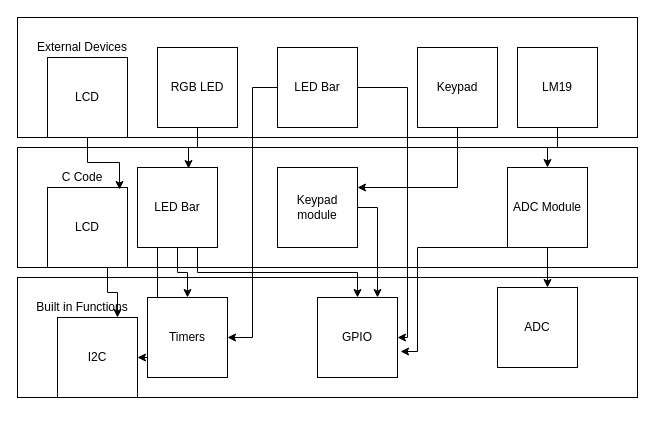
msu-eele-465/project6-erik-ruby keeps this draw.io diagram as page "SoftwareArchitecture" (2 of 3) of docs/planning/Project6Charts.drawio. Above is the earlier version. Source tidied: cells renumbered, new cells numbered last; positions are measured from the earlier drawing's top-left corner, leaving out a move shared by most shapes. Both pictures are drawn from the tidied source at 100%, with x=0, y=0 at pixel (17, 17).
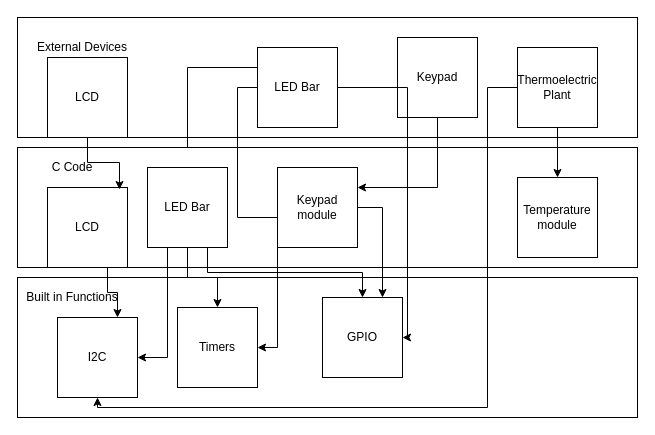
The same diagram, later.

The change refers to these unchanged cells:
```xml
<mxCell id="27" value="I2C" style="whiteSpace=wrap;html=1;" parent="1" vertex="1">
  <mxGeometry x="40" y="300" width="80" height="80" as="geometry" />
</mxCell>
```

What changed in the source:
```diff
@@
-    <mxCell id="4" value="RGB LED" style="whiteSpace=wrap;html=1;" parent="1" vertex="1">
-      <mxGeometry x="140" y="30" width="80" height="80" as="geometry" />
-    </mxCell>
+    <mxCell id="34" style="edgeStyle=orthogonalEdgeStyle;rounded=0;jettySize=auto;html=1;exitX=0;exitY=0.25;exitDx=0;exitDy=0;entryX=0.5;entryY=0;entryDx=0;entryDy=0;" parent="1" edge="1" source="5" target="14">
+      <mxGeometry relative="1" as="geometry" />
+    </mxCell>
     <mxCell id="5" value="LED Bar" style="whiteSpace=wrap;html=1;" parent="1" vertex="1">
-      <mxGeometry x="260" y="30" width="80" height="80" as="geometry" />
+      <mxGeometry x="240" y="30" width="80" height="80" as="geometry" />
     </mxCell>
     <mxCell id="6" value="Keypad" style="whiteSpace=wrap;html=1;" parent="1" vertex="1">
-      <mxGeometry x="400" y="30" width="80" height="80" as="geometry" />
+      <mxGeometry x="380" y="20" width="80" height="80" as="geometry" />
     </mxCell>
@@
     <mxCell id="8" style="rounded=0;whiteSpace=wrap;html=1;" parent="1" vertex="1">
-      <mxGeometry y="260" width="620" height="120" as="geometry" />
+      <mxGeometry y="260" width="620" height="140" as="geometry" />
     </mxCell>
-    <mxCell id="9" value="C Code" style="rounded=0;whiteSpace=wrap;html=1;strokeColor=none;" parent="1" vertex="1">
-      <mxGeometry x="10" y="140" width="110" height="40" as="geometry" />
+    <mxCell id="9" value="C Code" style="rounded=0;whiteSpace=wrap;html=1;strokeColor=none;fillColor=none;" parent="1" vertex="1">
+      <mxGeometry y="130" width="110" height="40" as="geometry" />
     </mxCell>
-    <mxCell id="10" value="Built in Functions" style="rounded=0;whiteSpace=wrap;html=1;strokeColor=none;" parent="1" vertex="1">
-      <mxGeometry x="10" y="270" width="110" height="40" as="geometry" />
+    <mxCell id="10" value="Built in Functions" style="rounded=0;whiteSpace=wrap;html=1;strokeColor=none;fillColor=none;" parent="1" vertex="1">
+      <mxGeometry y="260" width="110" height="40" as="geometry" />
     </mxCell>
@@
     <mxCell id="14" value="LED Bar" style="whiteSpace=wrap;html=1;" parent="1" vertex="1">
-      <mxGeometry x="120" y="150" width="80" height="80" as="geometry" />
+      <mxGeometry x="130" y="150" width="80" height="80" as="geometry" />
     </mxCell>
@@
     <mxCell id="17" value="Timers" style="whiteSpace=wrap;html=1;" parent="1" vertex="1">
-      <mxGeometry x="130" y="280" width="80" height="80" as="geometry" />
+      <mxGeometry x="160" y="290" width="80" height="80" as="geometry" />
     </mxCell>
     <mxCell id="18" value="GPIO" style="whiteSpace=wrap;html=1;" parent="1" vertex="1">
-      <mxGeometry x="300" y="280" width="80" height="80" as="geometry" />
+      <mxGeometry x="305" y="280" width="80" height="80" as="geometry" />
     </mxCell>
-    <mxCell id="19" style="edgeStyle=orthogonalEdgeStyle;rounded=0;jettySize=auto;html=1;exitX=0.5;exitY=1;exitDx=0;exitDy=0;entryX=0.638;entryY=0.013;entryDx=0;entryDy=0;entryPerimeter=0;" parent="1" edge="1" source="4" target="14">
-      <mxGeometry relative="1" as="geometry" />
-    </mxCell>
@@
-    <mxCell id="28" style="edgeStyle=orthogonalEdgeStyle;rounded=0;jettySize=auto;html=1;exitX=0.5;exitY=1;exitDx=0;exitDy=0;entryX=0.5;entryY=0;entryDx=0;entryDy=0;" parent="1" edge="1" source="29" target="30">
-      <mxGeometry relative="1" as="geometry" />
-    </mxCell>
+    <mxCell id="35" style="edgeStyle=orthogonalEdgeStyle;rounded=0;jettySize=auto;html=1;exitX=0.5;exitY=1;exitDx=0;exitDy=0;" parent="1" edge="1" source="29" target="37">
+      <mxGeometry relative="1" as="geometry" />
+    </mxCell>
+    <mxCell id="36" style="edgeStyle=orthogonalEdgeStyle;rounded=0;jettySize=auto;html=1;exitX=0;exitY=0.5;exitDx=0;exitDy=0;entryX=0.5;entryY=1;entryDx=0;entryDy=0;" parent="1" edge="1" source="29" target="27">
+      <mxGeometry relative="1" as="geometry">
+        <Array as="points">
+          <mxPoint x="470" y="70" />
+          <mxPoint x="470" y="390" />
+          <mxPoint x="80" y="390" />
+        </Array>
+      </mxGeometry>
+    </mxCell>
-    <mxCell id="29" value="LM19" style="whiteSpace=wrap;html=1;" parent="1" vertex="1">
+    <mxCell id="29" value="Thermoelectric Plant" style="whiteSpace=wrap;html=1;" parent="1" vertex="1">
       <mxGeometry x="500" y="30" width="80" height="80" as="geometry" />
     </mxCell>
-    <mxCell id="30" value="ADC Module" style="whiteSpace=wrap;html=1;" parent="1" vertex="1">
-      <mxGeometry x="490" y="150" width="80" height="80" as="geometry" />
-    </mxCell>
-    <mxCell id="31" style="edgeStyle=orthogonalEdgeStyle;rounded=0;jettySize=auto;html=1;exitX=0.5;exitY=1;exitDx=0;exitDy=0;entryX=1.038;entryY=0.675;entryDx=0;entryDy=0;entryPerimeter=0;" parent="1" edge="1" source="30" target="18">
-      <mxGeometry relative="1" as="geometry">
-        <Array as="points">
-          <mxPoint x="400" y="230" />
-          <mxPoint x="400" y="334" />
-        </Array>
-      </mxGeometry>
-    </mxCell>
-    <mxCell id="32" value="ADC" style="whiteSpace=wrap;html=1;" parent="1" vertex="1">
-      <mxGeometry x="480" y="270" width="80" height="80" as="geometry" />
-    </mxCell>
-    <mxCell id="33" style="edgeStyle=orthogonalEdgeStyle;rounded=0;jettySize=auto;html=1;exitX=0.5;exitY=1;exitDx=0;exitDy=0;entryX=0.625;entryY=0;entryDx=0;entryDy=0;entryPerimeter=0;" parent="1" edge="1" source="30" target="32">
-      <mxGeometry relative="1" as="geometry" />
-    </mxCell>
+    <mxCell id="37" value="Temperature&lt;div&gt;module&lt;/div&gt;" style="whiteSpace=wrap;html=1;" parent="1" vertex="1">
+      <mxGeometry x="500" y="160" width="80" height="80" as="geometry" />
+    </mxCell>
```
